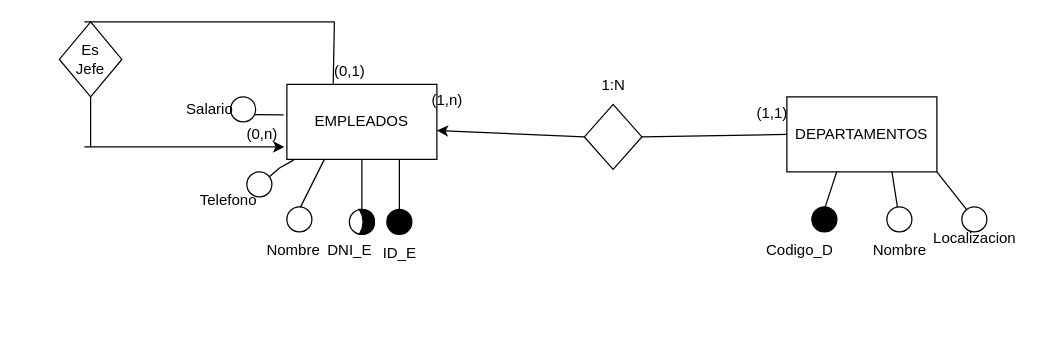
Earlier version of the draw.io diagram 2.10.drawio (rubensp2811/BBDD). Source tidied: cells renumbered, new cells numbered last; positions are measured from the earlier drawing's top-left corner, leaving out a move shared by most shapes. Both pictures are drawn from the tidied source at 125%, with x=0, y=0 at pixel (59, 21).
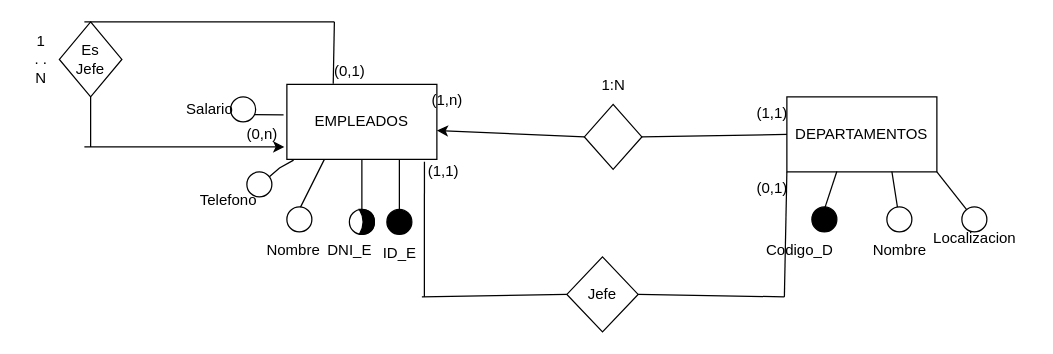
Above is the later version.

The change refers to these unchanged cells:
```xml
<mxCell id="2" value="EMPLEADOS" style="rounded=0;whiteSpace=wrap;html=1;" parent="1" vertex="1">
  <mxGeometry x="182" y="50" width="120" height="60" as="geometry" />
</mxCell>
<mxCell id="3" value="DEPARTAMENTOS" style="rounded=0;whiteSpace=wrap;html=1;" parent="1" vertex="1">
  <mxGeometry x="582" y="60" width="120" height="60" as="geometry" />
</mxCell>
```

Change to the diagram source:
```diff
@@
+    <mxCell id="43" value="1&lt;div&gt;. .&lt;br&gt;N&lt;/div&gt;" style="text;html=1;align=center;verticalAlign=middle;strokeColor=none;fillColor=none;" parent="1" vertex="1">
+      <mxGeometry x="-30" width="30" height="60" as="geometry" />
+    </mxCell>
+    <mxCell id="44" style="endArrow=none;html=1;rounded=0;entryX=0.917;entryY=1.033;entryDx=0;entryDy=0;entryPerimeter=0;" parent="1" edge="1" target="2">
+      <mxGeometry relative="1" as="geometry">
+        <mxPoint x="292" y="220" as="sourcePoint" />
+      </mxGeometry>
+    </mxCell>
+    <mxCell id="45" style="endArrow=none;html=1;rounded=0;entryX=0;entryY=0.5;entryDx=0;entryDy=0;" parent="1" edge="1" target="46">
+      <mxGeometry relative="1" as="geometry">
+        <mxPoint x="290" y="220" as="sourcePoint" />
+      </mxGeometry>
+    </mxCell>
+    <mxCell id="46" value="Jefe" style="rhombus;whiteSpace=wrap;html=1;" parent="1" vertex="1">
+      <mxGeometry x="406" y="188" width="57" height="60" as="geometry" />
+    </mxCell>
+    <mxCell id="47" style="endArrow=none;html=1;rounded=0;exitX=1;exitY=0.5;exitDx=0;exitDy=0;" parent="1" edge="1" source="46">
+      <mxGeometry relative="1" as="geometry">
+        <mxPoint x="580" y="220" as="targetPoint" />
+      </mxGeometry>
+    </mxCell>
+    <mxCell id="48" style="endArrow=none;html=1;rounded=0;entryX=0;entryY=1;entryDx=0;entryDy=0;" parent="1" edge="1" target="3">
+      <mxGeometry relative="1" as="geometry">
+        <mxPoint x="580" y="220" as="sourcePoint" />
+      </mxGeometry>
+    </mxCell>
+    <mxCell id="49" value="(0,1)" style="text;html=1;align=center;verticalAlign=middle;strokeColor=none;fillColor=none;" parent="1" vertex="1">
+      <mxGeometry x="545" y="118" width="50" height="30" as="geometry" />
+    </mxCell>
+    <mxCell id="50" value="(1,1)" style="text;html=1;align=center;verticalAlign=middle;strokeColor=none;fillColor=none;" parent="1" vertex="1">
+      <mxGeometry x="282" y="105" width="50" height="30" as="geometry" />
+    </mxCell>
```
